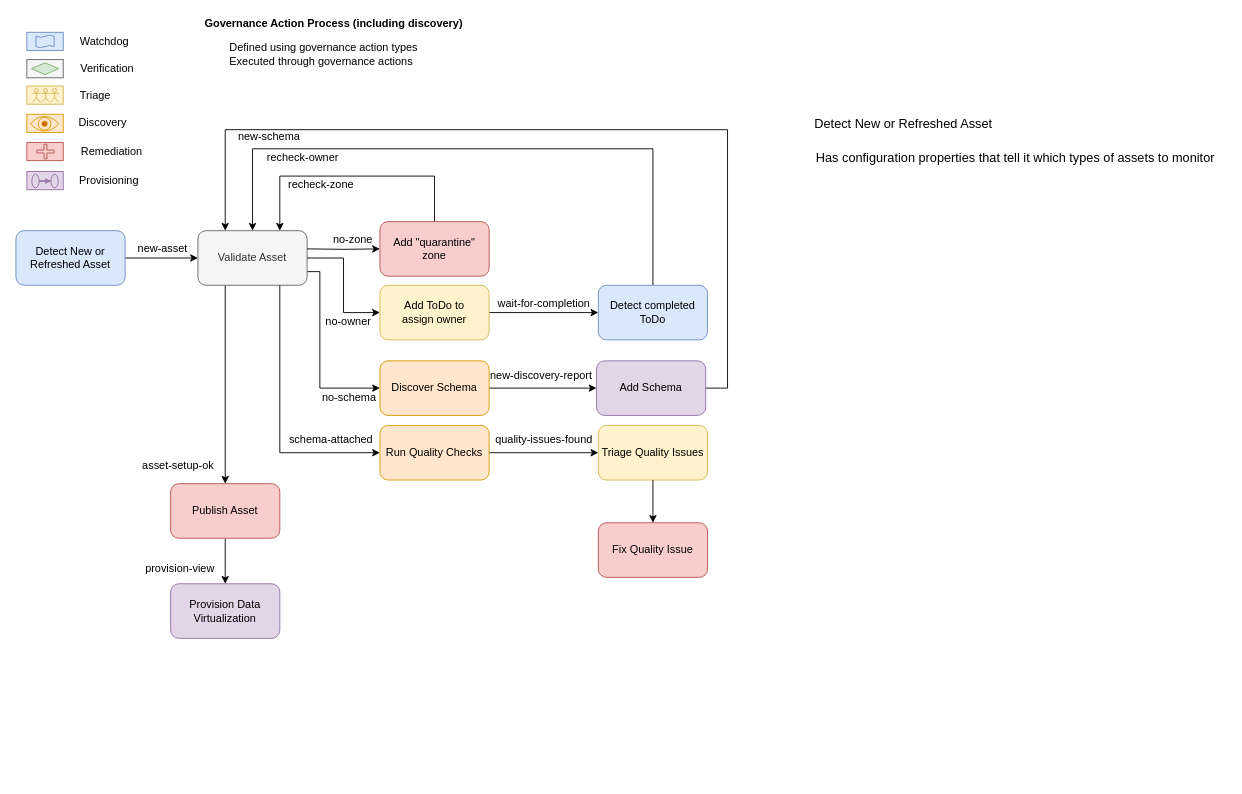
Earlier version of the draw.io diagram page "governance-action-processes" (3 of 5) of site/docs/concepts/governance-engines.drawio (odpi/egeria-docs). Source tidied: cells renumbered, new cells numbered last; positions are measured from the earlier drawing's top-left corner, leaving out a move shared by most shapes. Both pictures are drawn from the tidied source at 91%, with x=0, y=0 at pixel (15, 15).
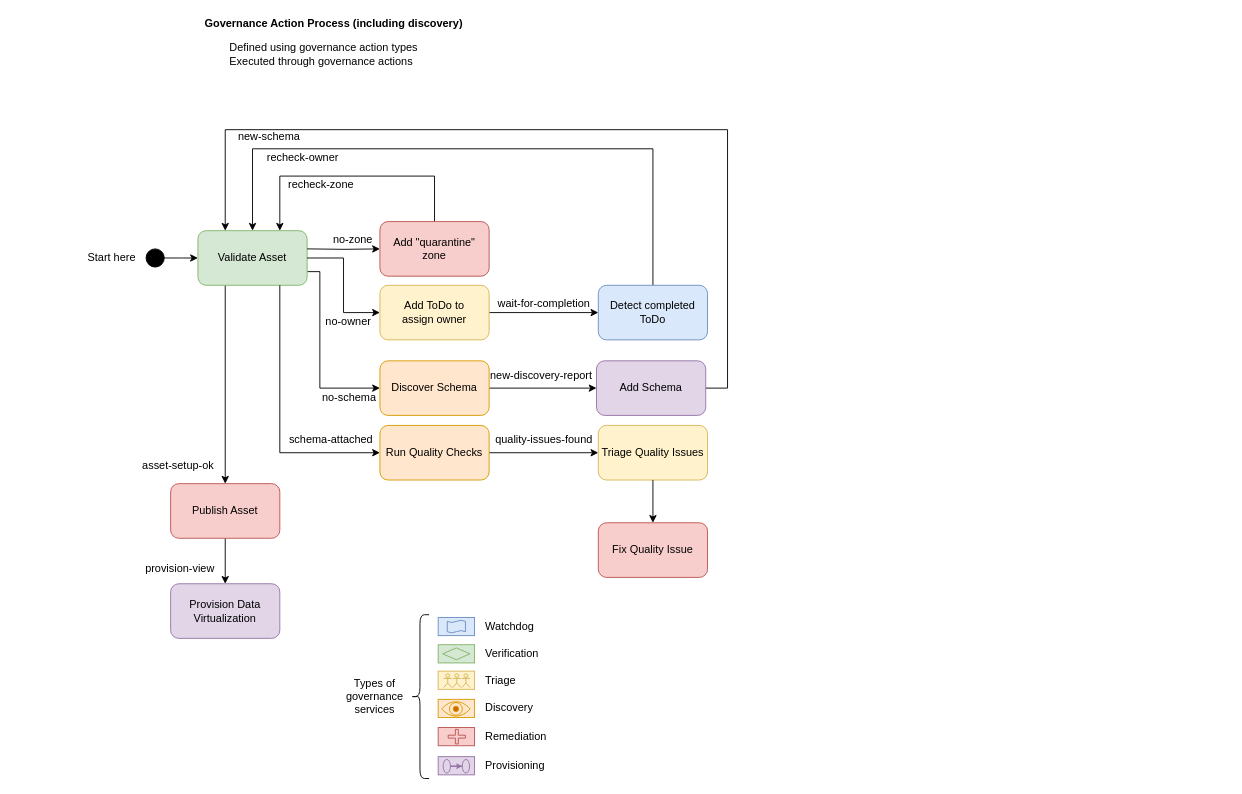
Above is the later version.

Commit message (it also covers changes not shown here):
Add descriptions of governance action processes

What changed in the source:
```diff
@@
     <mxCell id="2" style="rounded=0;whiteSpace=wrap;html=1;fillColor=#fff2cc;strokeColor=#d6b656;" parent="1" vertex="1">
-      <mxGeometry x="12" y="77" width="40" height="20" as="geometry" />
+      <mxGeometry x="464" y="720" width="40" height="20" as="geometry" />
     </mxCell>
-    <mxCell id="3" style="edgeStyle=orthogonalEdgeStyle;rounded=0;jettySize=auto;html=1;" parent="1" edge="1" source="4" target="7">
-      <mxGeometry relative="1" as="geometry" />
-    </mxCell>
-    <mxCell id="4" value="Detect New or&lt;br&gt;Refreshed Asset" style="rounded=1;whiteSpace=wrap;html=1;fillColor=#dae8fc;strokeColor=#6c8ebf;" parent="1" vertex="1">
-      <mxGeometry y="236" width="120" height="60" as="geometry" />
-    </mxCell>
@@
-    <mxCell id="7" value="Validate Asset" style="rounded=1;whiteSpace=wrap;html=1;fillColor=#f5f5f5;strokeColor=#666666;fontColor=#333333;" parent="1" vertex="1">
+    <mxCell id="7" value="Validate Asset" style="rounded=1;whiteSpace=wrap;html=1;fillColor=#d5e8d4;strokeColor=#82b366;" parent="1" vertex="1">
       <mxGeometry x="200" y="236" width="120" height="60" as="geometry" />
     </mxCell>
-    <mxCell id="8" value="new-asset" style="text;html=1;align=center;verticalAlign=middle;" parent="1" vertex="1">
-      <mxGeometry x="126" y="246" width="70" height="20" as="geometry" />
-    </mxCell>
@@
     <mxCell id="13" style="rounded=0;whiteSpace=wrap;html=1;fillColor=#dae8fc;strokeColor=#6c8ebf;" parent="1" vertex="1">
-      <mxGeometry x="12" y="18" width="40" height="20" as="geometry" />
+      <mxGeometry x="464" y="661" width="40" height="20" as="geometry" />
     </mxCell>
-    <mxCell id="14" value="Watchdog" style="text;html=1;align=center;verticalAlign=middle;" parent="1" vertex="1">
-      <mxGeometry x="62" y="18" width="70" height="20" as="geometry" />
+    <mxCell id="14" value="Watchdog" style="text;html=1;align=left;verticalAlign=middle;" parent="1" vertex="1">
+      <mxGeometry x="514" y="661" width="70" height="20" as="geometry" />
     </mxCell>
-    <mxCell id="15" style="rounded=0;whiteSpace=wrap;html=1;fillColor=#f5f5f5;strokeColor=#666666;fontColor=#333333;" parent="1" vertex="1">
-      <mxGeometry x="12" y="48" width="40" height="20" as="geometry" />
+    <mxCell id="15" style="rounded=0;whiteSpace=wrap;html=1;fillColor=#d5e8d4;strokeColor=#82b366;" parent="1" vertex="1">
+      <mxGeometry x="464" y="691" width="40" height="20" as="geometry" />
     </mxCell>
-    <mxCell id="16" value="Verification" style="text;html=1;align=center;verticalAlign=middle;" parent="1" vertex="1">
-      <mxGeometry x="65" y="48" width="70" height="20" as="geometry" />
+    <mxCell id="16" value="Verification" style="text;html=1;align=left;verticalAlign=middle;" parent="1" vertex="1">
+      <mxGeometry x="514" y="691" width="70" height="20" as="geometry" />
     </mxCell>
     <mxCell id="17" style="rounded=0;whiteSpace=wrap;html=1;fillColor=#f8cecc;strokeColor=#b85450;" parent="1" vertex="1">
-      <mxGeometry x="12" y="139" width="40" height="20" as="geometry" />
+      <mxGeometry x="464" y="782" width="40" height="20" as="geometry" />
     </mxCell>
     <mxCell id="18" style="rounded=0;whiteSpace=wrap;html=1;fillColor=#ffe6cc;strokeColor=#d79b00;" parent="1" vertex="1">
-      <mxGeometry x="12" y="108" width="40" height="20" as="geometry" />
+      <mxGeometry x="464" y="751" width="40" height="20" as="geometry" />
     </mxCell>
-    <mxCell id="19" value="Discovery" style="text;html=1;align=center;verticalAlign=middle;" parent="1" vertex="1">
-      <mxGeometry x="63" y="108" width="63" height="18" as="geometry" />
+    <mxCell id="19" value="Discovery" style="text;html=1;align=left;verticalAlign=middle;" parent="1" vertex="1">
+      <mxGeometry x="514" y="751" width="63" height="18" as="geometry" />
     </mxCell>
-    <mxCell id="20" value="Remediation" style="text;html=1;align=center;verticalAlign=middle;" parent="1" vertex="1">
-      <mxGeometry x="65" y="139" width="80" height="20" as="geometry" />
+    <mxCell id="20" value="Remediation" style="text;html=1;align=left;verticalAlign=middle;" parent="1" vertex="1">
+      <mxGeometry x="514" y="782" width="80" height="20" as="geometry" />
     </mxCell>
-    <mxCell id="21" value="Triage" style="text;html=1;align=center;verticalAlign=middle;" parent="1" vertex="1">
-      <mxGeometry x="62" y="78" width="50" height="20" as="geometry" />
+    <mxCell id="21" value="Triage" style="text;html=1;align=left;verticalAlign=middle;" parent="1" vertex="1">
+      <mxGeometry x="514" y="721" width="50" height="20" as="geometry" />
     </mxCell>
@@
     <mxCell id="35" style="strokeWidth=1;html=1;shape=mxgraph.flowchart.decision;whiteSpace=wrap;align=left;fillColor=#d5e8d4;strokeColor=#82b366;" parent="1" vertex="1">
-      <mxGeometry x="17" y="51.5" width="30" height="13" as="geometry" />
+      <mxGeometry x="469" y="694.5" width="30" height="13" as="geometry" />
     </mxCell>
     <mxCell id="36" style="shape=tape;whiteSpace=wrap;html=1;strokeWidth=1;size=0.19;align=left;fillColor=#dae8fc;strokeColor=#6c8ebf;" parent="1" vertex="1">
-      <mxGeometry x="22" y="21" width="20" height="14" as="geometry" />
+      <mxGeometry x="474" y="664" width="20" height="14" as="geometry" />
     </mxCell>
     <mxCell id="37" style="shape=cross;whiteSpace=wrap;html=1;strokeWidth=1;align=left;fillColor=#f8cecc;strokeColor=#b85450;" parent="1" vertex="1">
-      <mxGeometry x="23" y="141" width="19" height="16" as="geometry" />
+      <mxGeometry x="475" y="784" width="19" height="16" as="geometry" />
     </mxCell>
     <mxCell id="38" style="shape=umlActor;verticalLabelPosition=bottom;verticalAlign=top;html=1;strokeWidth=1;align=left;fillColor=#fff2cc;strokeColor=#d6b656;" parent="1" vertex="1">
-      <mxGeometry x="28" y="80" width="9" height="15" as="geometry" />
+      <mxGeometry x="480" y="723" width="9" height="15" as="geometry" />
     </mxCell>
     <mxCell id="39" style="shape=umlActor;verticalLabelPosition=bottom;verticalAlign=top;html=1;strokeWidth=1;align=left;fillColor=#fff2cc;strokeColor=#d6b656;" parent="1" vertex="1">
-      <mxGeometry x="38" y="80" width="9" height="15" as="geometry" />
+      <mxGeometry x="490" y="723" width="9" height="15" as="geometry" />
     </mxCell>
     <mxCell id="40" style="shape=umlActor;verticalLabelPosition=bottom;verticalAlign=top;html=1;strokeWidth=1;align=left;fillColor=#fff2cc;strokeColor=#d6b656;" parent="1" vertex="1">
-      <mxGeometry x="18" y="80" width="9" height="15" as="geometry" />
+      <mxGeometry x="470" y="723" width="9" height="15" as="geometry" />
     </mxCell>
@@
     <mxCell id="54" style="rounded=0;whiteSpace=wrap;html=1;fillColor=#e1d5e7;strokeColor=#9673a6;" parent="1" vertex="1">
-      <mxGeometry x="12" y="171" width="40" height="20" as="geometry" />
+      <mxGeometry x="464" y="814" width="40" height="20" as="geometry" />
     </mxCell>
-    <mxCell id="55" value="Provisioning" style="text;html=1;align=center;verticalAlign=middle;" parent="1" vertex="1">
-      <mxGeometry x="62" y="171" width="80" height="20" as="geometry" />
+    <mxCell id="55" value="Provisioning" style="text;html=1;align=left;verticalAlign=middle;" parent="1" vertex="1">
+      <mxGeometry x="514" y="814" width="80" height="20" as="geometry" />
     </mxCell>
@@
     <mxCell id="57" style="ellipse;whiteSpace=wrap;html=1;strokeWidth=1;align=left;fillColor=#e1d5e7;strokeColor=#9673a6;" parent="1" vertex="1">
-      <mxGeometry x="17.5" y="174" width="8" height="15" as="geometry" />
+      <mxGeometry x="469.5" y="817" width="8" height="15" as="geometry" />
     </mxCell>
     <mxCell id="58" style="ellipse;whiteSpace=wrap;html=1;strokeWidth=1;align=left;fillColor=#e1d5e7;strokeColor=#9673a6;" parent="1" vertex="1">
-      <mxGeometry x="38.5" y="174" width="8" height="15" as="geometry" />
+      <mxGeometry x="490.5" y="817" width="8" height="15" as="geometry" />
     </mxCell>
     <mxCell id="59" style="group;" parent="1" vertex="1">
-      <mxGeometry x="16" y="108" width="31" height="21" as="geometry" />
+      <mxGeometry x="468" y="751" width="31" height="21" as="geometry" />
     </mxCell>
@@
-    <mxCell id="68" value="Detect New or Refreshed Asset" style="text;html=1;align=center;verticalAlign=middle;fontSize=14;" parent="1" vertex="1">
-      <mxGeometry x="870" y="109" width="210" height="20" as="geometry" />
-    </mxCell>
-    <mxCell id="69" value="Has configuration properties that tell it which types of assets to monitor&amp;nbsp;" style="text;html=1;align=center;verticalAlign=middle;fontSize=14;" parent="1" vertex="1">
-      <mxGeometry x="870" y="146" width="460" height="20" as="geometry" />
-    </mxCell>
+    <mxCell id="70" style="shape=curlyBracket;whiteSpace=wrap;html=1;rounded=1;" parent="1" vertex="1">
+      <mxGeometry x="434" y="658" width="20" height="180" as="geometry" />
+    </mxCell>
+    <mxCell id="71" value="Types of&lt;br&gt;governance&lt;br&gt;services" style="text;html=1;align=center;verticalAlign=middle;strokeColor=none;fillColor=none;" parent="1" vertex="1">
+      <mxGeometry x="354" y="723" width="80" height="50" as="geometry" />
+    </mxCell>
+    <mxCell id="72" style="edgeStyle=orthogonalEdgeStyle;rounded=0;jettySize=auto;html=1;" parent="1" edge="1" source="73">
+      <mxGeometry relative="1" as="geometry">
+        <mxPoint x="200" y="266" as="targetPoint" />
+      </mxGeometry>
+    </mxCell>
+    <mxCell id="73" style="ellipse;whiteSpace=wrap;html=1;fillColor=#000000;" parent="1" vertex="1">
+      <mxGeometry x="143" y="256" width="20" height="20" as="geometry" />
+    </mxCell>
+    <mxCell id="74" value="Start here" style="text;html=1;align=center;verticalAlign=middle;strokeColor=none;fillColor=none;" parent="1" vertex="1">
+      <mxGeometry x="70" y="256" width="70" height="20" as="geometry" />
+    </mxCell>
```
